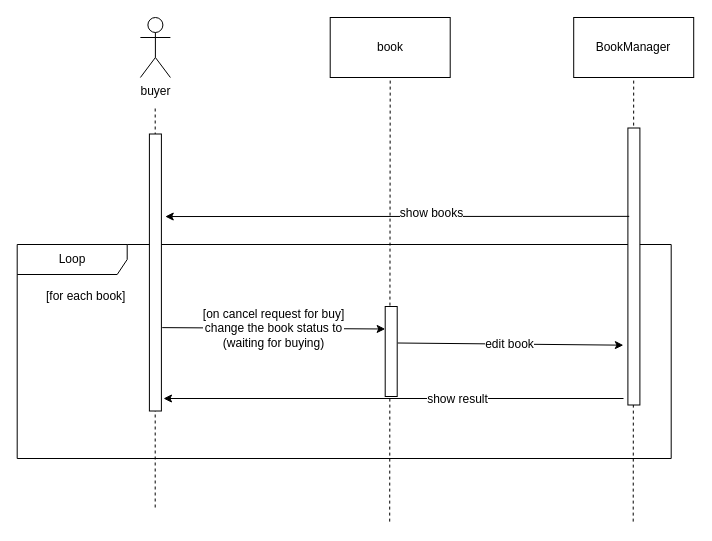
Before: Communication Diagram/communication-diagram-cancel-request-for-buy.drawio in m-bassiri/HamyarApp, a draw.io diagram. Source tidied: cells renumbered, new cells numbered last; positions are measured from the earlier drawing's top-left corner, leaving out a move shared by most shapes. Both pictures are drawn from the tidied source at 100%, with x=0, y=0 at pixel (16, 17).
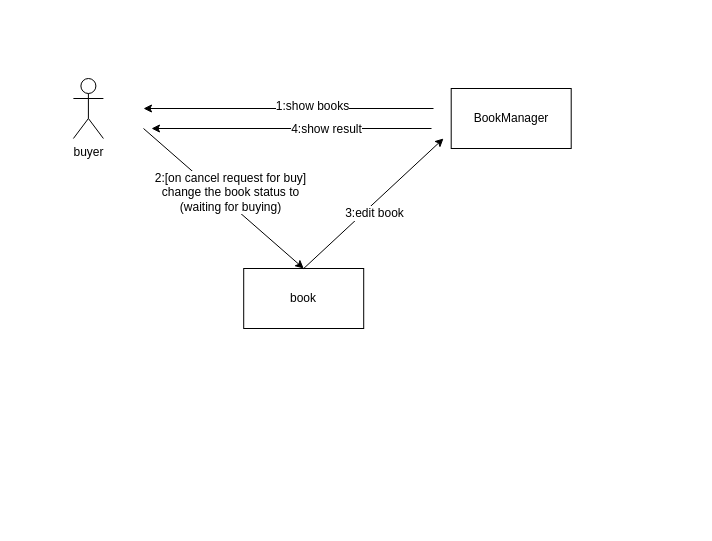
The same page after the edit.

Change to the diagram source:
```diff
@@
-    <mxCell id="2" value="Loop" style="shape=umlFrame;whiteSpace=wrap;html=1;width=110;height=30;" parent="1" vertex="1">
-      <mxGeometry x="0.7" y="227" width="654" height="214" as="geometry" />
-    </mxCell>
     <mxCell id="3" value="buyer" style="shape=umlActor;verticalLabelPosition=bottom;labelBackgroundColor=#ffffff;verticalAlign=top;html=1;" parent="1" vertex="1">
-      <mxGeometry x="123.9" width="30" height="60" as="geometry" />
+      <mxGeometry x="56.9" y="61" width="30" height="60" as="geometry" />
     </mxCell>
-    <mxCell id="4" style="endArrow=none;dashed=1;html=1;" parent="1" edge="1">
-      <mxGeometry relative="1" as="geometry">
-        <mxPoint x="138.7" y="490" as="sourcePoint" />
-        <mxPoint x="138.7" y="90" as="targetPoint" />
-      </mxGeometry>
-    </mxCell>
     <mxCell id="5" value="book" style="rounded=0;whiteSpace=wrap;html=1;" parent="1" vertex="1">
-      <mxGeometry x="313.7" width="120" height="60" as="geometry" />
+      <mxGeometry x="227.2" y="251" width="120" height="60" as="geometry" />
     </mxCell>
-    <mxCell id="6" style="endArrow=none;dashed=1;html=1;entryX=0.5;entryY=1;entryDx=0;entryDy=0;" parent="1" edge="1" target="5">
-      <mxGeometry relative="1" as="geometry">
-        <mxPoint x="373.2" y="504.1" as="sourcePoint" />
-      </mxGeometry>
-    </mxCell>
-    <mxCell id="7" style="rounded=0;whiteSpace=wrap;html=1;rotation=-90;" parent="1" vertex="1">
-      <mxGeometry x="0.4" y="249" width="277" height="12" as="geometry" />
-    </mxCell>
-    <mxCell id="8" style="rounded=0;whiteSpace=wrap;html=1;rotation=-90;" parent="1" vertex="1">
-      <mxGeometry x="329.7" y="328" width="90" height="12" as="geometry" />
-    </mxCell>
     <mxCell id="9" value="BookManager" style="rounded=0;whiteSpace=wrap;html=1;" parent="1" vertex="1">
-      <mxGeometry x="557.2" width="120" height="60" as="geometry" />
+      <mxGeometry x="434.7" y="71" width="120" height="60" as="geometry" />
     </mxCell>
-    <mxCell id="10" style="endArrow=none;dashed=1;html=1;entryX=0.5;entryY=1;entryDx=0;entryDy=0;" parent="1" edge="1" target="9">
-      <mxGeometry relative="1" as="geometry">
-        <mxPoint x="616.7" y="504.1" as="sourcePoint" />
-      </mxGeometry>
-    </mxCell>
-    <mxCell id="11" style="rounded=0;whiteSpace=wrap;html=1;rotation=-90;" parent="1" vertex="1">
-      <mxGeometry x="478.9" y="243" width="277" height="12" as="geometry" />
-    </mxCell>
-    <mxCell id="12" style="endArrow=classic;html=1;entryX=0.702;entryY=1.319;entryDx=0;entryDy=0;entryPerimeter=0;exitX=0.681;exitY=0.111;exitDx=0;exitDy=0;exitPerimeter=0;" parent="1" edge="1" source="11" target="7">
-      <mxGeometry relative="1" as="geometry" />
+    <mxCell id="12" style="endArrow=classic;html=1;" parent="1" edge="1">
+      <mxGeometry relative="1" as="geometry">
+        <mxPoint x="417" y="91" as="sourcePoint" />
+        <mxPoint x="127" y="91" as="targetPoint" />
+      </mxGeometry>
     </mxCell>
-    <mxCell id="13" value="show books" style="text;html=1;align=center;verticalAlign=middle;labelBackgroundColor=#ffffff;" parent="12" vertex="1">
+    <mxCell id="13" value="1:show books" style="text;html=1;align=center;verticalAlign=middle;labelBackgroundColor=#ffffff;" parent="12" vertex="1">
       <mxGeometry x="-0.12" y="5" relative="1" as="geometry">
         <mxPoint x="6" y="-8" as="offset" />
       </mxGeometry>
     </mxCell>
-    <mxCell id="14" value="[for each book]" style="text;html=1;align=left;verticalAlign=top;spacingTop=-4;" parent="1" vertex="1">
-      <mxGeometry x="27.7" y="269" width="90" height="20" as="geometry" />
-    </mxCell>
-    <mxCell id="15" style="endArrow=classic;html=1;entryX=0.75;entryY=0;entryDx=0;entryDy=0;exitX=0.301;exitY=1.069;exitDx=0;exitDy=0;exitPerimeter=0;" parent="1" edge="1" source="7" target="8">
-      <mxGeometry relative="1" as="geometry" />
+    <mxCell id="15" style="endArrow=classic;html=1;entryX=0.5;entryY=0;entryDx=0;entryDy=0;" parent="1" edge="1" target="5">
+      <mxGeometry relative="1" as="geometry">
+        <mxPoint x="127" y="111" as="sourcePoint" />
+      </mxGeometry>
     </mxCell>
-    <mxCell id="16" value="[on cancel request for buy]&lt;br&gt;change the book status to&lt;br&gt;(waiting for buying)&lt;br&gt;" style="text;html=1;align=center;verticalAlign=middle;labelBackgroundColor=#ffffff;" parent="15" vertex="1">
+    <mxCell id="16" value="2:[on cancel request for buy]&lt;br&gt;change the book status to&lt;br&gt;(waiting for buying)&lt;br&gt;" style="text;html=1;align=center;verticalAlign=middle;labelBackgroundColor=#ffffff;" parent="15" vertex="1">
       <mxGeometry x="-0.12" y="5" relative="1" as="geometry">
         <mxPoint x="12.5" y="5" as="offset" />
       </mxGeometry>
     </mxCell>
-    <mxCell id="17" style="endArrow=classic;html=1;entryX=0.216;entryY=-0.377;entryDx=0;entryDy=0;entryPerimeter=0;" parent="1" edge="1" target="11">
+    <mxCell id="17" style="endArrow=classic;html=1;exitX=0.5;exitY=0;exitDx=0;exitDy=0;" parent="1" edge="1" source="5">
       <mxGeometry relative="1" as="geometry">
-        <mxPoint x="381.2" y="325.5" as="sourcePoint" />
+        <mxPoint x="427" y="121" as="targetPoint" />
       </mxGeometry>
     </mxCell>
-    <mxCell id="18" value="edit book&lt;br&gt;" style="text;html=1;align=center;verticalAlign=middle;labelBackgroundColor=#ffffff;" parent="17" vertex="1">
+    <mxCell id="18" value="3:edit book&lt;br&gt;" style="text;html=1;align=center;verticalAlign=middle;labelBackgroundColor=#ffffff;" parent="17" vertex="1">
       <mxGeometry x="-0.12" y="5" relative="1" as="geometry">
         <mxPoint x="12.5" y="5" as="offset" />
       </mxGeometry>
     </mxCell>
     <mxCell id="19" style="endArrow=classic;html=1;" parent="1" edge="1">
       <mxGeometry relative="1" as="geometry">
-        <mxPoint x="607" y="381" as="sourcePoint" />
-        <mxPoint x="147" y="381" as="targetPoint" />
+        <mxPoint x="415" y="111" as="sourcePoint" />
+        <mxPoint x="135" y="111" as="targetPoint" />
       </mxGeometry>
     </mxCell>
-    <mxCell id="20" value="show result" style="text;html=1;align=center;verticalAlign=middle;labelBackgroundColor=#ffffff;" parent="19" vertex="1">
+    <mxCell id="20" value="4:show result" style="text;html=1;align=center;verticalAlign=middle;labelBackgroundColor=#ffffff;" parent="19" vertex="1">
       <mxGeometry x="-0.12" y="5" relative="1" as="geometry">
-        <mxPoint x="35" y="-5" as="offset" />
+        <mxPoint x="17" y="-5" as="offset" />
       </mxGeometry>
     </mxCell>
```
